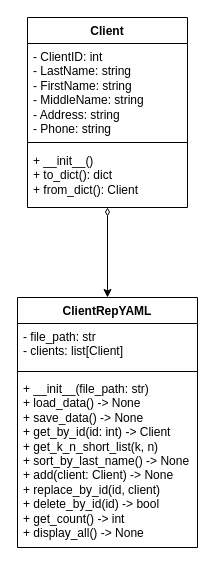
Before: 2_lab_v2/ClientRepYAML/ClientRepYAML.drawio in Di-Liks/InformationSystemsDesign, a draw.io diagram. Source tidied: cells renumbered, new cells numbered last; positions are measured from the earlier drawing's top-left corner, leaving out a move shared by most shapes. Both pictures are drawn from the tidied source at 100%, with x=0, y=0 at pixel (17, 17).
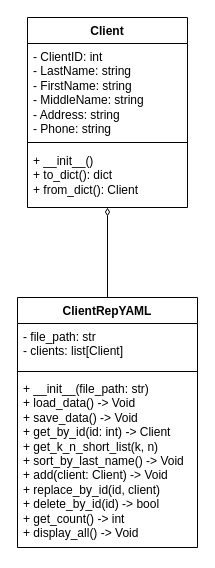
The same diagram, later.

Commit message (it also covers changes not shown here):
The 2nd item has been updated

What changed in the source:
```diff
@@
 <mxGraphModel>
   <root>
     <mxCell id="0" />
     <mxCell id="1" parent="0" />
     <mxCell id="2" value="Client" style="swimlane;fontStyle=1;align=center;verticalAlign=top;horizontal=1;startSize=26;whiteSpace=wrap;html=1;" parent="1" vertex="1">
       <mxGeometry x="10" width="160" height="190" as="geometry" />
     </mxCell>
     <mxCell id="3" value="- ClientID: int&lt;div&gt;- LastName: string&lt;div&gt;- FirstName: string&lt;div&gt;- MiddleName: string&lt;div&gt;- Address: string&lt;div&gt;- Phone:&amp;nbsp;&lt;span style=&quot;background-color: initial;&quot;&gt;string&lt;/span&gt;&lt;/div&gt;&lt;/div&gt;&lt;/div&gt;&lt;/div&gt;&lt;/div&gt;" style="text;strokeColor=none;fillColor=none;align=left;verticalAlign=top;spacingLeft=4;spacingRight=4;overflow=hidden;whiteSpace=wrap;html=1;" parent="2" vertex="1">
       <mxGeometry y="26" width="160" height="94" as="geometry" />
     </mxCell>
     <mxCell id="4" style="line;strokeWidth=1;fillColor=none;align=left;verticalAlign=middle;spacingTop=-1;spacingLeft=3;spacingRight=3;labelPosition=right;strokeColor=inherit;" parent="2" vertex="1">
       <mxGeometry y="120" width="160" height="10" as="geometry" />
     </mxCell>
     <mxCell id="5" value="+ __init__()&lt;div&gt;+ to_dict(): dict&lt;div&gt;+ from_dict(): Client&lt;/div&gt;&lt;/div&gt;" style="text;strokeColor=none;fillColor=none;align=left;verticalAlign=top;spacingLeft=4;spacingRight=4;overflow=hidden;whiteSpace=wrap;html=1;" parent="2" vertex="1">
       <mxGeometry y="130" width="160" height="60" as="geometry" />
     </mxCell>
-    <mxCell id="6" style="edgeStyle=orthogonalEdgeStyle;rounded=0;jettySize=auto;html=1;startArrow=classic;startFill=1;endArrow=diamondThin;endFill=0;" parent="1" edge="1" source="7" target="2">
+    <mxCell id="6" style="edgeStyle=orthogonalEdgeStyle;rounded=0;jettySize=auto;html=1;startArrow=none;startFill=0;endArrow=diamondThin;endFill=0;" parent="1" edge="1" source="7" target="2">
       <mxGeometry relative="1" as="geometry" />
     </mxCell>
     <mxCell id="7" value="ClientRepYAML" style="swimlane;fontStyle=1;align=center;verticalAlign=top;horizontal=1;startSize=26;whiteSpace=wrap;html=1;" parent="1" vertex="1">
       <mxGeometry y="280" width="180" height="250" as="geometry" />
     </mxCell>
     <mxCell id="8" value="- file_path: str&lt;div&gt;- clients: list[Client]&lt;/div&gt;" style="text;strokeColor=none;fillColor=none;align=left;verticalAlign=top;spacingLeft=4;spacingRight=4;overflow=hidden;whiteSpace=wrap;html=1;" parent="7" vertex="1">
       <mxGeometry y="26" width="180" height="44" as="geometry" />
     </mxCell>
     <mxCell id="9" style="line;strokeWidth=1;fillColor=none;align=left;verticalAlign=middle;spacingTop=-1;spacingLeft=3;spacingRight=3;labelPosition=right;strokeColor=inherit;" parent="7" vertex="1">
       <mxGeometry y="70" width="180" height="8" as="geometry" />
     </mxCell>
-    <mxCell id="10" value="+ __init__(file_path: str)&lt;div&gt;+ load_data() -&amp;gt; None&lt;/div&gt;&lt;div&gt;+ save_data() -&amp;gt; None&lt;/div&gt;&lt;div&gt;+ get_by_id(id: int) -&amp;gt; Client&lt;/div&gt;&lt;div&gt;+ get_k_n_short_list(k, n)&lt;/div&gt;&lt;div&gt;+ sort_by_last_name() -&amp;gt; None&lt;/div&gt;&lt;div&gt;+ add(client: Client) -&amp;gt; None&lt;/div&gt;&lt;div&gt;+ replace_by_id(id, client)&lt;/div&gt;&lt;div&gt;+ delete_by_id(id) -&amp;gt; bool&lt;/div&gt;&lt;div&gt;+ get_count() -&amp;gt; int&lt;/div&gt;&lt;div&gt;+ display_all() -&amp;gt; None&lt;/div&gt;" style="text;strokeColor=none;fillColor=none;align=left;verticalAlign=top;spacingLeft=4;spacingRight=4;overflow=hidden;whiteSpace=wrap;html=1;" parent="7" vertex="1">
+    <mxCell id="10" value="+ __init__(file_path: str)&lt;div&gt;+ load_data() -&amp;gt; Void&lt;/div&gt;&lt;div&gt;+ save_data() -&amp;gt;&amp;nbsp;&lt;span style=&quot;background-color: initial;&quot;&gt;Void&lt;/span&gt;&lt;/div&gt;&lt;div&gt;+ get_by_id(id: int) -&amp;gt; Client&lt;/div&gt;&lt;div&gt;+ get_k_n_short_list(k, n)&lt;/div&gt;&lt;div&gt;+ sort_by_last_name() -&amp;gt;&amp;nbsp;&lt;span style=&quot;background-color: initial;&quot;&gt;Void&lt;/span&gt;&lt;/div&gt;&lt;div&gt;+ add(client: Client) -&amp;gt;&amp;nbsp;&lt;span style=&quot;background-color: initial;&quot;&gt;Void&lt;/span&gt;&lt;/div&gt;&lt;div&gt;+ replace_by_id(id, client)&lt;/div&gt;&lt;div&gt;+ delete_by_id(id) -&amp;gt; bool&lt;/div&gt;&lt;div&gt;+ get_count() -&amp;gt; int&lt;/div&gt;&lt;div&gt;+ display_all() -&amp;gt;&amp;nbsp;&lt;span style=&quot;background-color: initial;&quot;&gt;Void&lt;/span&gt;&lt;/div&gt;" style="text;strokeColor=none;fillColor=none;align=left;verticalAlign=top;spacingLeft=4;spacingRight=4;overflow=hidden;whiteSpace=wrap;html=1;" parent="7" vertex="1">
       <mxGeometry y="78" width="180" height="172" as="geometry" />
     </mxCell>
   </root>
 </mxGraphModel>
```
